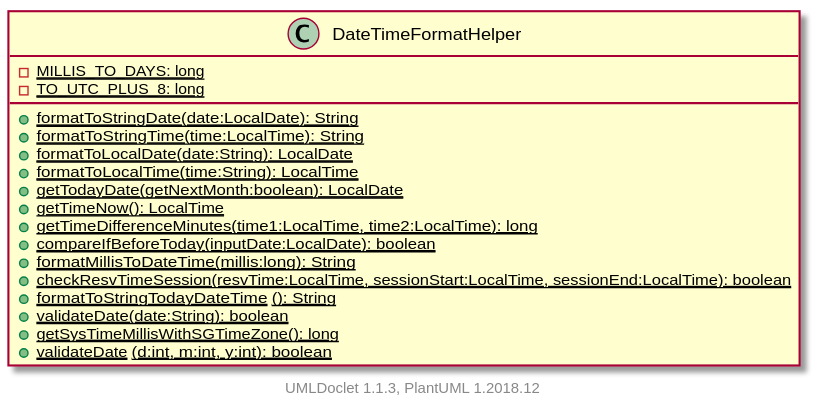
itachi1706/How-to-use-Git-NTUSCSE1819-Site keeps this PlantUML diagram as projects/oodp/html/umlversion/uml/sg.edu.ntu.scse.cz2002.util.DateTimeFormatHelper.svg. Above is the earlier version.
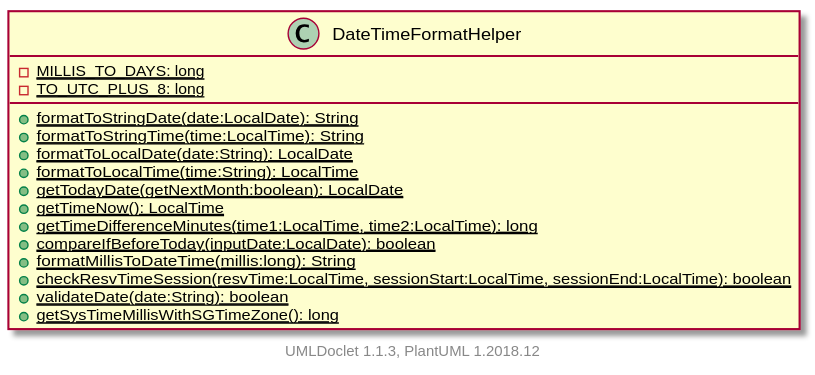
The same file after the commit.

What changed in the source:
```diff
@@ -13,10 +13,8 @@
         {static} +compareIfBeforeToday(inputDate:LocalDate): boolean
         {static} +formatMillisToDateTime(millis:long): String
         {static} +checkResvTimeSession(resvTime:LocalTime, sessionStart:LocalTime, sessionEnd:LocalTime): boolean
-        {static} + --formatToStringTodayDateTime-- (): String
         {static} +validateDate(date:String): boolean
         {static} +getSysTimeMillisWithSGTimeZone(): long
-        {static} + --validateDate-- (d:int, m:int, y:int): boolean
     }
 
 
```
